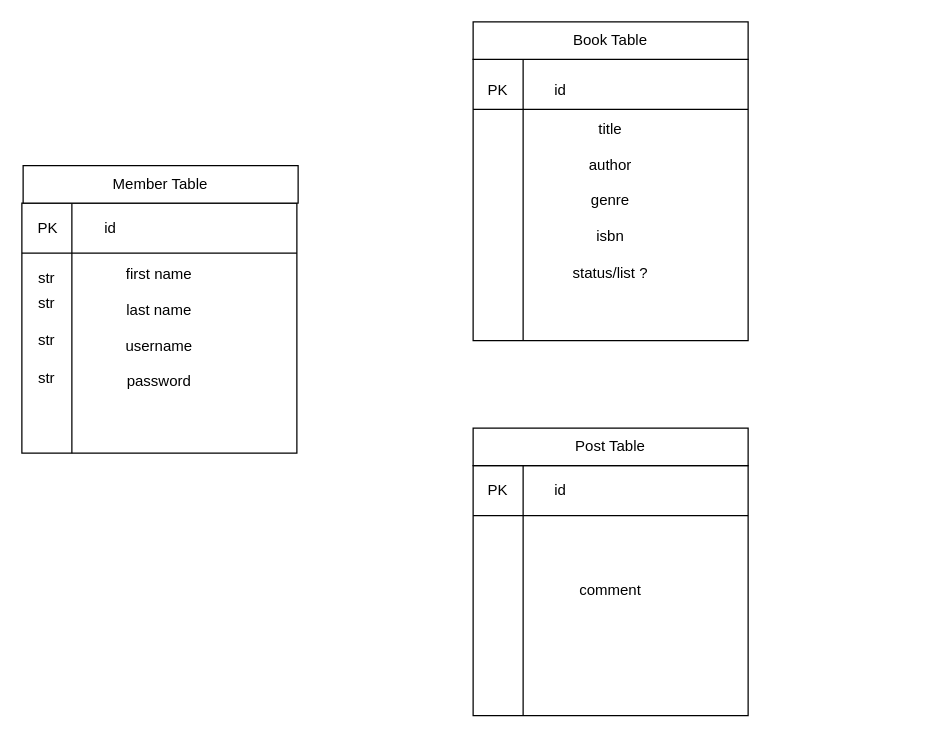
callmekeyz/backend-digital-bookclub keeps this draw.io diagram as app-design/model-tables.drawio. Above is the earlier version. Source tidied: cells renumbered, new cells numbered last; positions are measured from the earlier drawing's top-left corner, leaving out a move shared by most shapes. Both pictures are drawn from the tidied source at 125%, with x=0, y=0 at pixel (21, 21).
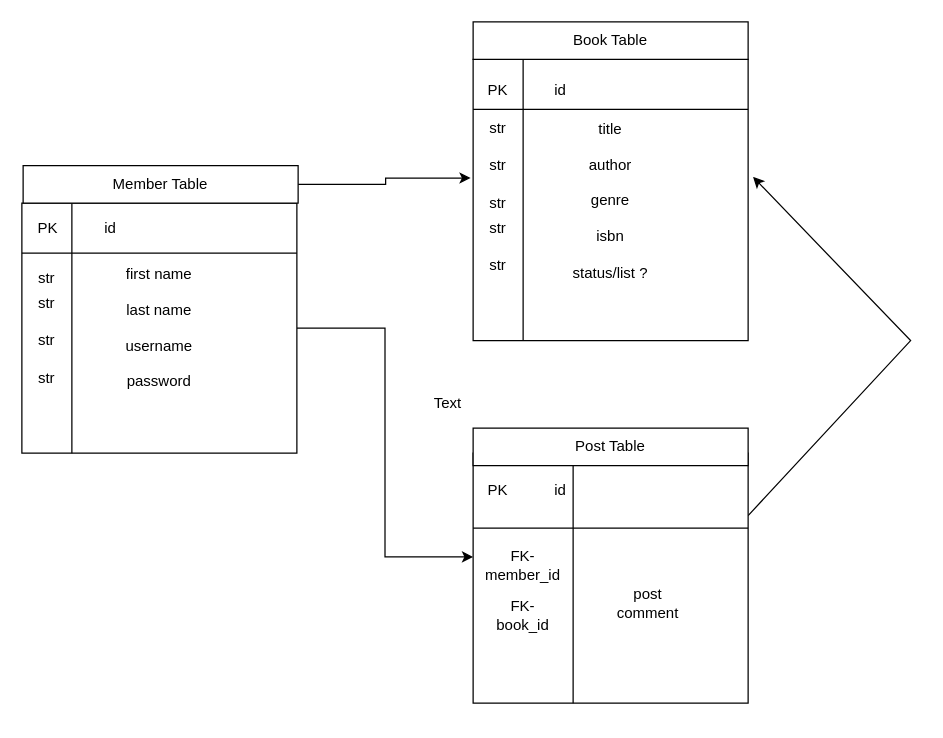
After the change.

The change refers to these unchanged cells:
```xml
<mxCell id="2" value="first name&lt;br&gt;&lt;br&gt;last name&lt;br&gt;&lt;br&gt;username&lt;br&gt;&lt;br&gt;password" style="shape=internalStorage;whiteSpace=wrap;html=1;backgroundOutline=1;dx=40;dy=40;" parent="1" vertex="1">
  <mxGeometry y="145" width="220" height="200" as="geometry" />
</mxCell>
<mxCell id="3" value="Member Table" style="rounded=0;whiteSpace=wrap;html=1;" parent="1" vertex="1">
  <mxGeometry x="1" y="115" width="220" height="30" as="geometry" />
</mxCell>
<mxCell id="10" value="title&lt;br&gt;&lt;br&gt;author&lt;br&gt;&lt;br&gt;genre&lt;br&gt;&lt;br&gt;isbn&lt;br&gt;&lt;br&gt;status/list ?" style="shape=internalStorage;whiteSpace=wrap;html=1;backgroundOutline=1;dx=40;dy=40;" parent="1" vertex="1">
  <mxGeometry x="361" y="30" width="220" height="225" as="geometry" />
</mxCell>
```

The edit, as a diff of the source:
```diff
@@
+    <mxCell id="18" style="edgeStyle=orthogonalEdgeStyle;rounded=0;jettySize=auto;html=1;entryX=0;entryY=0.415;entryDx=0;entryDy=0;entryPerimeter=0;" parent="1" edge="1" source="2" target="11">
+      <mxGeometry relative="1" as="geometry" />
+    </mxCell>
@@
+    <mxCell id="19" style="edgeStyle=orthogonalEdgeStyle;rounded=0;jettySize=auto;html=1;entryX=-0.009;entryY=0.422;entryDx=0;entryDy=0;entryPerimeter=0;" parent="1" edge="1" source="3" target="10">
+      <mxGeometry relative="1" as="geometry" />
+    </mxCell>
@@
+    <mxCell id="20" style="edgeStyle=none;rounded=0;jettySize=auto;html=1;exitX=1;exitY=0.25;exitDx=0;exitDy=0;entryX=1.018;entryY=0.418;entryDx=0;entryDy=0;entryPerimeter=0;" parent="1" edge="1" source="11" target="10">
+      <mxGeometry relative="1" as="geometry">
+        <Array as="points">
+          <mxPoint x="711" y="255" />
+        </Array>
+      </mxGeometry>
+    </mxCell>
-    <mxCell id="11" value="comment" style="shape=internalStorage;whiteSpace=wrap;html=1;backgroundOutline=1;dx=40;dy=40;" parent="1" vertex="1">
-      <mxGeometry x="361" y="355" width="220" height="200" as="geometry" />
+    <mxCell id="11" style="shape=internalStorage;whiteSpace=wrap;html=1;backgroundOutline=1;dx=80;dy=60;" parent="1" vertex="1">
+      <mxGeometry x="361" y="345" width="220" height="200" as="geometry" />
     </mxCell>
@@
+    <mxCell id="21" value="FK- member_id" style="text;html=1;strokeColor=none;fillColor=none;align=center;verticalAlign=middle;whiteSpace=wrap;rounded=0;" parent="1" vertex="1">
+      <mxGeometry x="381" y="425" width="40" height="20" as="geometry" />
+    </mxCell>
+    <mxCell id="22" value="FK- book_id&lt;br&gt;" style="text;html=1;strokeColor=none;fillColor=none;align=center;verticalAlign=middle;whiteSpace=wrap;rounded=0;" parent="1" vertex="1">
+      <mxGeometry x="381" y="465" width="40" height="20" as="geometry" />
+    </mxCell>
+    <mxCell id="23" value="Text" style="text;html=1;strokeColor=none;fillColor=none;align=center;verticalAlign=middle;whiteSpace=wrap;rounded=0;" parent="1" vertex="1">
+      <mxGeometry x="321" y="295" width="40" height="20" as="geometry" />
+    </mxCell>
+    <mxCell id="24" value="post comment" style="text;html=1;strokeColor=none;fillColor=none;align=center;verticalAlign=middle;whiteSpace=wrap;rounded=0;" parent="1" vertex="1">
+      <mxGeometry x="481" y="455" width="40" height="20" as="geometry" />
+    </mxCell>
+    <mxCell id="25" value="str" style="text;html=1;strokeColor=none;fillColor=none;align=center;verticalAlign=middle;whiteSpace=wrap;rounded=0;" parent="1" vertex="1">
+      <mxGeometry x="361" y="75" width="40" height="20" as="geometry" />
+    </mxCell>
+    <mxCell id="26" value="str" style="text;html=1;strokeColor=none;fillColor=none;align=center;verticalAlign=middle;whiteSpace=wrap;rounded=0;" parent="1" vertex="1">
+      <mxGeometry x="361" y="105" width="40" height="20" as="geometry" />
+    </mxCell>
+    <mxCell id="27" value="str" style="text;html=1;strokeColor=none;fillColor=none;align=center;verticalAlign=middle;whiteSpace=wrap;rounded=0;" parent="1" vertex="1">
+      <mxGeometry x="361" y="135" width="40" height="20" as="geometry" />
+    </mxCell>
+    <mxCell id="28" value="str" style="text;html=1;strokeColor=none;fillColor=none;align=center;verticalAlign=middle;whiteSpace=wrap;rounded=0;" parent="1" vertex="1">
+      <mxGeometry x="361" y="155" width="40" height="20" as="geometry" />
+    </mxCell>
+    <mxCell id="29" value="str" style="text;html=1;strokeColor=none;fillColor=none;align=center;verticalAlign=middle;whiteSpace=wrap;rounded=0;" parent="1" vertex="1">
+      <mxGeometry x="361" y="185" width="40" height="20" as="geometry" />
+    </mxCell>
```
